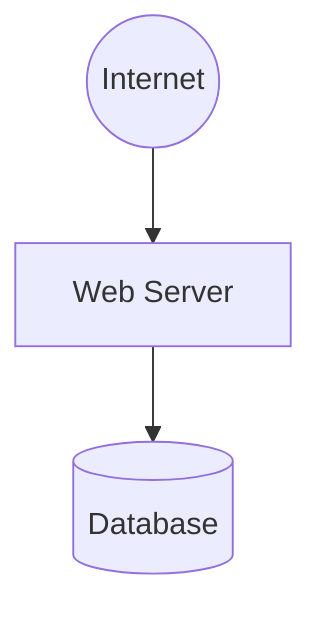
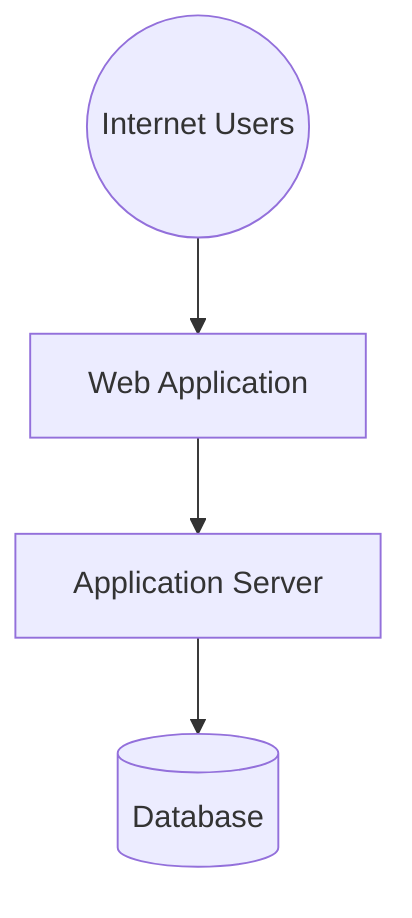
flowchart TB
-     Internet((Internet))
-     WebServer[Web Server]
+     Users((Internet Users))
+     WebApp[Web Application]
+     AppServer[Application Server]
    Database[(Database)]

-     Internet --> WebServer
-     WebServer --> Database
+     %% No firewall, no WAF — direct internet exposure
+     Users --> WebApp
+ 
+     %% Flat network — no segmentation between tiers
+     WebApp --> AppServer
+     AppServer --> Database
